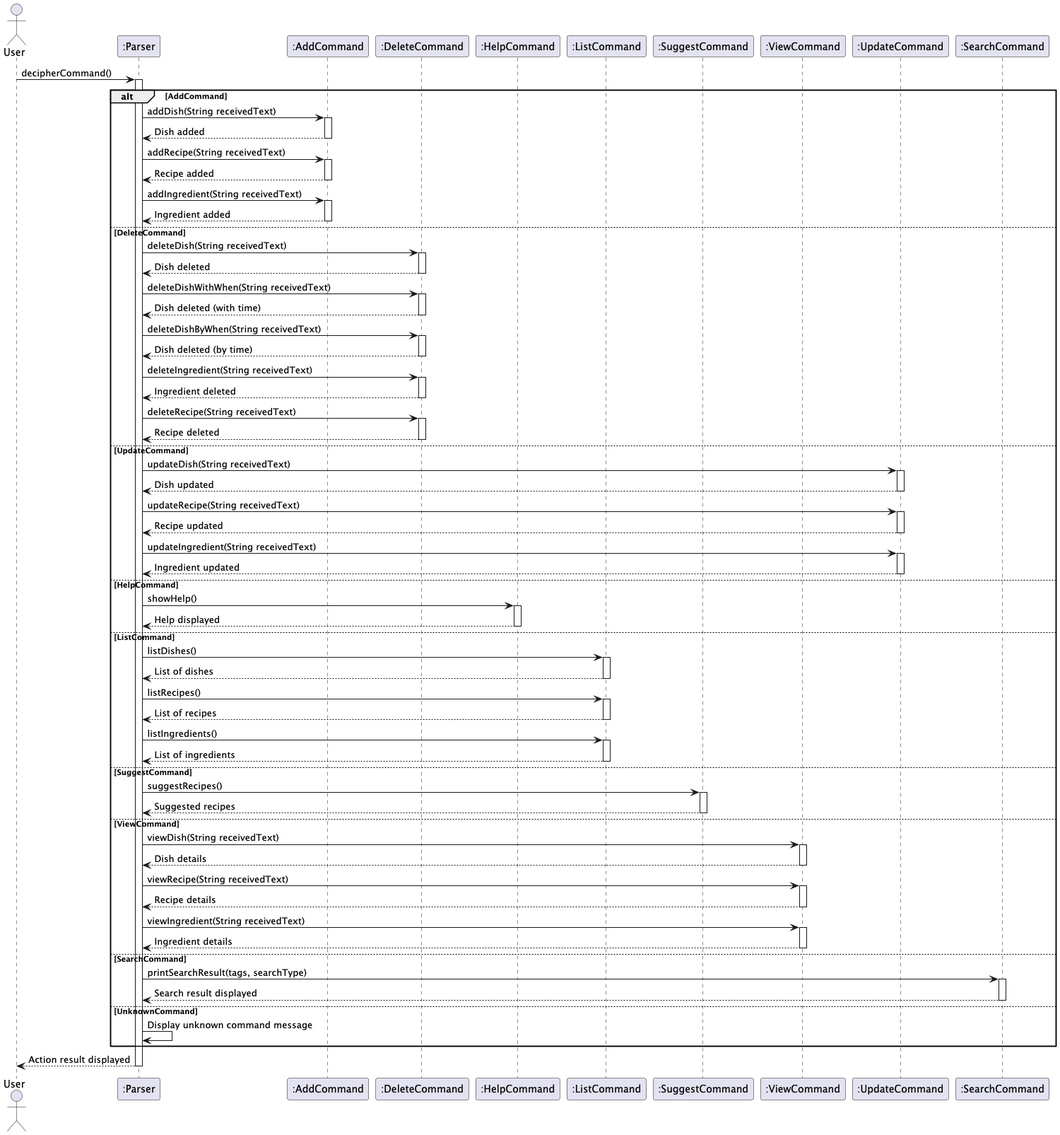
This is docs/images/commands.png from whalesyong/tp, a PlantUML export, as it was before one commit. Its diagram source:
```plantuml
@startuml
actor User
participant ":Parser" as Parser
participant ":AddCommand" as AddCommand
participant ":DeleteCommand" as DeleteCommand
participant ":HelpCommand" as HelpCommand
participant ":ListCommand" as ListCommand
participant ":SuggestCommand" as SuggestCommand
participant ":ViewCommand" as ViewCommand
participant ":UpdateCommand" as UpdateCommand
participant ":SearchCommand" as SearchCommand

User -> Parser: decipherCommand()
activate Parser

alt AddCommand
    Parser -> AddCommand: addDish(String receivedText)
    activate AddCommand
    AddCommand --> Parser: Dish added
    deactivate AddCommand

    Parser -> AddCommand: addRecipe(String receivedText)
    activate AddCommand
    AddCommand --> Parser: Recipe added
    deactivate AddCommand

    Parser -> AddCommand: addIngredient(String receivedText)
    activate AddCommand
    AddCommand --> Parser: Ingredient added
    deactivate AddCommand

else DeleteCommand
    Parser -> DeleteCommand: deleteDish(String receivedText)
    activate DeleteCommand
    DeleteCommand --> Parser: Dish deleted
    deactivate DeleteCommand

    Parser -> DeleteCommand: deleteDishWithWhen(String receivedText)
    activate DeleteCommand
    DeleteCommand --> Parser: Dish deleted (with time)
    deactivate DeleteCommand

    Parser -> DeleteCommand: deleteDishByWhen(String receivedText)
    activate DeleteCommand
    DeleteCommand --> Parser: Dish deleted (by time)
    deactivate DeleteCommand

    Parser -> DeleteCommand: deleteIngredient(String receivedText)
    activate DeleteCommand
    DeleteCommand --> Parser: Ingredient deleted
    deactivate DeleteCommand

    Parser -> DeleteCommand: deleteRecipe(String receivedText)
    activate DeleteCommand
    DeleteCommand --> Parser: Recipe deleted
    deactivate DeleteCommand

else UpdateCommand
    Parser -> UpdateCommand: updateDish(String receivedText)
    activate UpdateCommand
    UpdateCommand --> Parser: Dish updated
    deactivate UpdateCommand

    Parser -> UpdateCommand: updateRecipe(String receivedText)
    activate UpdateCommand
    UpdateCommand --> Parser: Recipe updated
    deactivate UpdateCommand

    Parser -> UpdateCommand: updateIngredient(String receivedText)
    activate UpdateCommand
    UpdateCommand --> Parser: Ingredient updated
    deactivate UpdateCommand

else HelpCommand
    Parser -> HelpCommand: showHelp()
    activate HelpCommand
    HelpCommand --> Parser: Help displayed
    deactivate HelpCommand

else ListCommand
    Parser -> ListCommand: listDishes()
    activate ListCommand
    ListCommand --> Parser: List of dishes
    deactivate ListCommand

    Parser -> ListCommand: listRecipes()
    activate ListCommand
    ListCommand --> Parser: List of recipes
    deactivate ListCommand

    Parser -> ListCommand: listIngredients()
    activate ListCommand
    ListCommand --> Parser: List of ingredients
    deactivate ListCommand

else SuggestCommand
    Parser -> SuggestCommand: suggestRecipes()
    activate SuggestCommand
    SuggestCommand --> Parser: Suggested recipes
    deactivate SuggestCommand

else ViewCommand
    Parser -> ViewCommand: viewDish(String receivedText)
    activate ViewCommand
    ViewCommand --> Parser: Dish details
    deactivate ViewCommand

    Parser -> ViewCommand: viewRecipe(String receivedText)
    activate ViewCommand
    ViewCommand --> Parser: Recipe details
    deactivate ViewCommand

    Parser -> ViewCommand: viewIngredient(String receivedText)
    activate ViewCommand
    ViewCommand --> Parser: Ingredient details
    deactivate ViewCommand

else SearchCommand
    Parser -> SearchCommand: printSearchResult(tags, searchType)
    activate SearchCommand
    SearchCommand --> Parser: Search result displayed
    deactivate SearchCommand

else UnknownCommand
    Parser -> Parser: Display unknown command message
end

Parser --> User: Action result displayed
deactivate Parser
@enduml
```
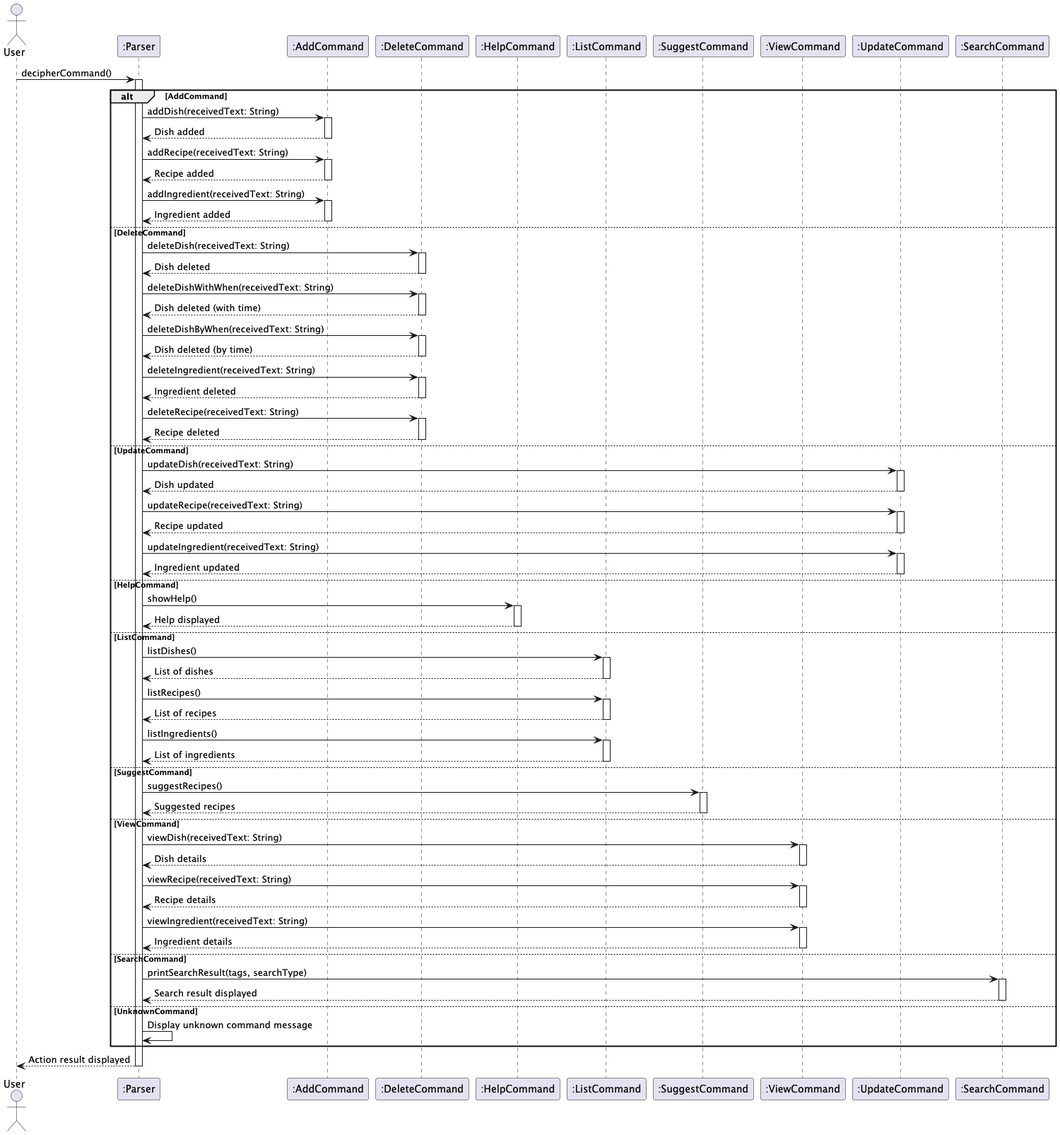
Later version of the same file.

Commit message:
Updated commands sequence diagram to follow conventions

The edit, as a diff of the source:
```diff
@@ -14,59 +14,59 @@
 activate Parser
 
 alt AddCommand
-    Parser -> AddCommand: addDish(String receivedText)
+    Parser -> AddCommand: addDish(receivedText: String)
     activate AddCommand
     AddCommand --> Parser: Dish added
     deactivate AddCommand
 
-    Parser -> AddCommand: addRecipe(String receivedText)
+    Parser -> AddCommand: addRecipe(receivedText: String)
     activate AddCommand
     AddCommand --> Parser: Recipe added
     deactivate AddCommand
 
-    Parser -> AddCommand: addIngredient(String receivedText)
+    Parser -> AddCommand: addIngredient(receivedText: String)
     activate AddCommand
     AddCommand --> Parser: Ingredient added
     deactivate AddCommand
 
 else DeleteCommand
-    Parser -> DeleteCommand: deleteDish(String receivedText)
+    Parser -> DeleteCommand: deleteDish(receivedText: String)
     activate DeleteCommand
     DeleteCommand --> Parser: Dish deleted
     deactivate DeleteCommand
 
-    Parser -> DeleteCommand: deleteDishWithWhen(String receivedText)
+    Parser -> DeleteCommand: deleteDishWithWhen(receivedText: String)
     activate DeleteCommand
     DeleteCommand --> Parser: Dish deleted (with time)
     deactivate DeleteCommand
 
-    Parser -> DeleteCommand: deleteDishByWhen(String receivedText)
+    Parser -> DeleteCommand: deleteDishByWhen(receivedText: String)
     activate DeleteCommand
     DeleteCommand --> Parser: Dish deleted (by time)
     deactivate DeleteCommand
 
-    Parser -> DeleteCommand: deleteIngredient(String receivedText)
+    Parser -> DeleteCommand: deleteIngredient(receivedText: String)
     activate DeleteCommand
     DeleteCommand --> Parser: Ingredient deleted
     deactivate DeleteCommand
 
-    Parser -> DeleteCommand: deleteRecipe(String receivedText)
+    Parser -> DeleteCommand: deleteRecipe(receivedText: String)
     activate DeleteCommand
     DeleteCommand --> Parser: Recipe deleted
     deactivate DeleteCommand
 
 else UpdateCommand
-    Parser -> UpdateCommand: updateDish(String receivedText)
+    Parser -> UpdateCommand: updateDish(receivedText: String)
     activate UpdateCommand
     UpdateCommand --> Parser: Dish updated
     deactivate UpdateCommand
 
-    Parser -> UpdateCommand: updateRecipe(String receivedText)
+    Parser -> UpdateCommand: updateRecipe(receivedText: String)
     activate UpdateCommand
     UpdateCommand --> Parser: Recipe updated
     deactivate UpdateCommand
 
-    Parser -> UpdateCommand: updateIngredient(String receivedText)
+    Parser -> UpdateCommand: updateIngredient(receivedText: String)
     activate UpdateCommand
     UpdateCommand --> Parser: Ingredient updated
     deactivate UpdateCommand
@@ -100,17 +100,17 @@
     deactivate SuggestCommand
 
 else ViewCommand
-    Parser -> ViewCommand: viewDish(String receivedText)
+    Parser -> ViewCommand: viewDish(receivedText: String)
     activate ViewCommand
     ViewCommand --> Parser: Dish details
     deactivate ViewCommand
 
-    Parser -> ViewCommand: viewRecipe(String receivedText)
+    Parser -> ViewCommand: viewRecipe(receivedText: String)
     activate ViewCommand
     ViewCommand --> Parser: Recipe details
     deactivate ViewCommand
 
-    Parser -> ViewCommand: viewIngredient(String receivedText)
+    Parser -> ViewCommand: viewIngredient(receivedText: String)
     activate ViewCommand
     ViewCommand --> Parser: Ingredient details
     deactivate ViewCommand
```
